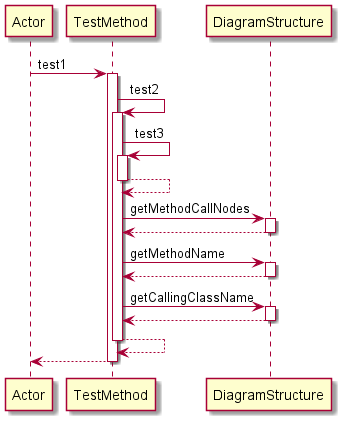
Above: Diagrams/test1.png in manucapo/Gardener (PlantUML), before the change.
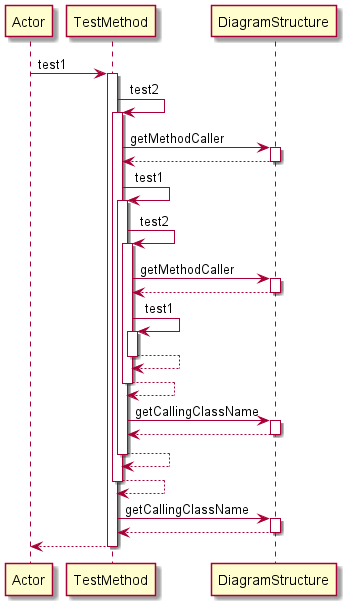
The same file after the commit.

What changed in the source:
```diff
@@ -4,23 +4,35 @@
 activate TestMethod
 TestMethod -> TestMethod: test2
 activate TestMethod
-TestMethod -> TestMethod: test3
+TestMethod -> DiagramStructure: getMethodCaller
+activate DiagramStructure
+DiagramStructure-->TestMethod
+deactivate DiagramStructure
+TestMethod -> TestMethod: test1
+activate TestMethod
+TestMethod -> TestMethod: test2
+activate TestMethod
+TestMethod -> DiagramStructure: getMethodCaller
+activate DiagramStructure
+DiagramStructure-->TestMethod
+deactivate DiagramStructure
+TestMethod -> TestMethod: test1
 activate TestMethod
 TestMethod-->TestMethod
 deactivate TestMethod
-TestMethod -> DiagramStructure: getMethodCallNodes
-activate DiagramStructure
-DiagramStructure-->TestMethod
-deactivate DiagramStructure
-TestMethod -> DiagramStructure: getMethodName
-activate DiagramStructure
-DiagramStructure-->TestMethod
-deactivate DiagramStructure
+TestMethod-->TestMethod
+deactivate TestMethod
 TestMethod -> DiagramStructure: getCallingClassName
 activate DiagramStructure
 DiagramStructure-->TestMethod
 deactivate DiagramStructure
 TestMethod-->TestMethod
 deactivate TestMethod
+TestMethod-->TestMethod
+deactivate TestMethod
+TestMethod -> DiagramStructure: getCallingClassName
+activate DiagramStructure
+DiagramStructure-->TestMethod
+deactivate DiagramStructure
 return
 @enduml
```
